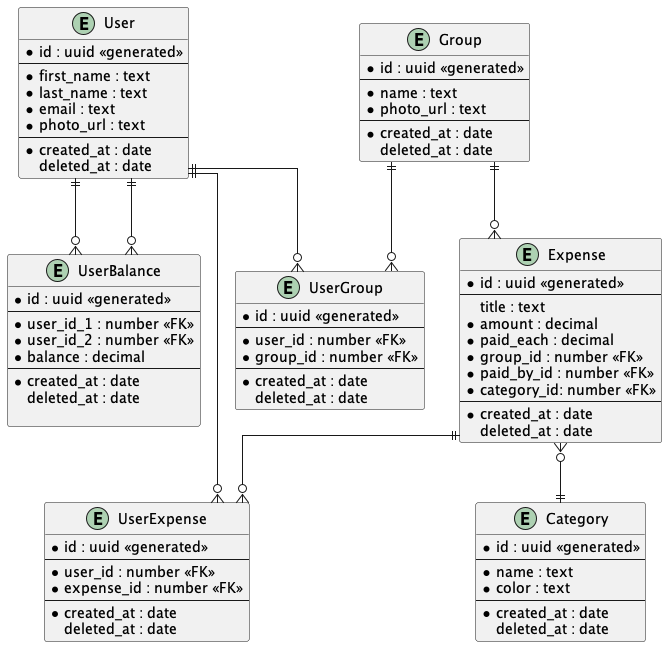
The PlantUML diagram diagrams/erd/erd.png in samuelgocnik/price-buddy, before a commit.
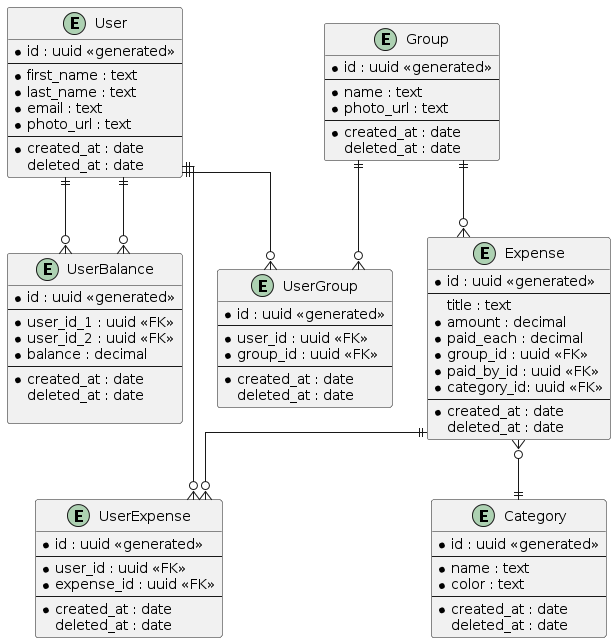
The same diagram one commit later.

Commit message:
Updated plantuml diagram, changed number FK to uuid

Change to the diagram source:
```diff
@@ -1,4 +1,4 @@
-@startuml erd
+@startuml
 
 skinparam linetype ortho
 
@@ -27,8 +27,8 @@
 entity "UserGroup" as ug {
   *id : uuid <<generated>>
   --
-  *user_id : number <<FK>>
-  *group_id : number <<FK>>
+  *user_id : uuid <<FK>>
+  *group_id : uuid <<FK>>
   --
   *created_at : date
   deleted_at : date
@@ -40,9 +40,9 @@
   title : text
   *amount : decimal
   *paid_each : decimal
-  *group_id : number <<FK>>
-  *paid_by_id : number <<FK>>
-  *category_id: number <<FK>>
+  *group_id : uuid <<FK>>
+  *paid_by_id : uuid <<FK>>
+  *category_id: uuid <<FK>>
   --
   *created_at : date
   deleted_at : date
@@ -51,8 +51,8 @@
 entity "UserExpense" as ue {
   *id : uuid <<generated>>
   --
-  *user_id : number <<FK>>
-  *expense_id : number <<FK>>
+  *user_id : uuid <<FK>>
+  *expense_id : uuid <<FK>>
   --
   *created_at : date
   deleted_at : date
@@ -71,8 +71,8 @@
 entity "UserBalance" as ub {
   *id : uuid <<generated>>
   --
-  *user_id_1 : number <<FK>>
-  *user_id_2 : number <<FK>>
+  *user_id_1 : uuid <<FK>>
+  *user_id_2 : uuid <<FK>>
   *balance : decimal
   --
   *created_at : date
@@ -92,6 +92,4 @@
 u ||--o{ ub
 
 g ||--o{ e
-
-
 @enduml
```
